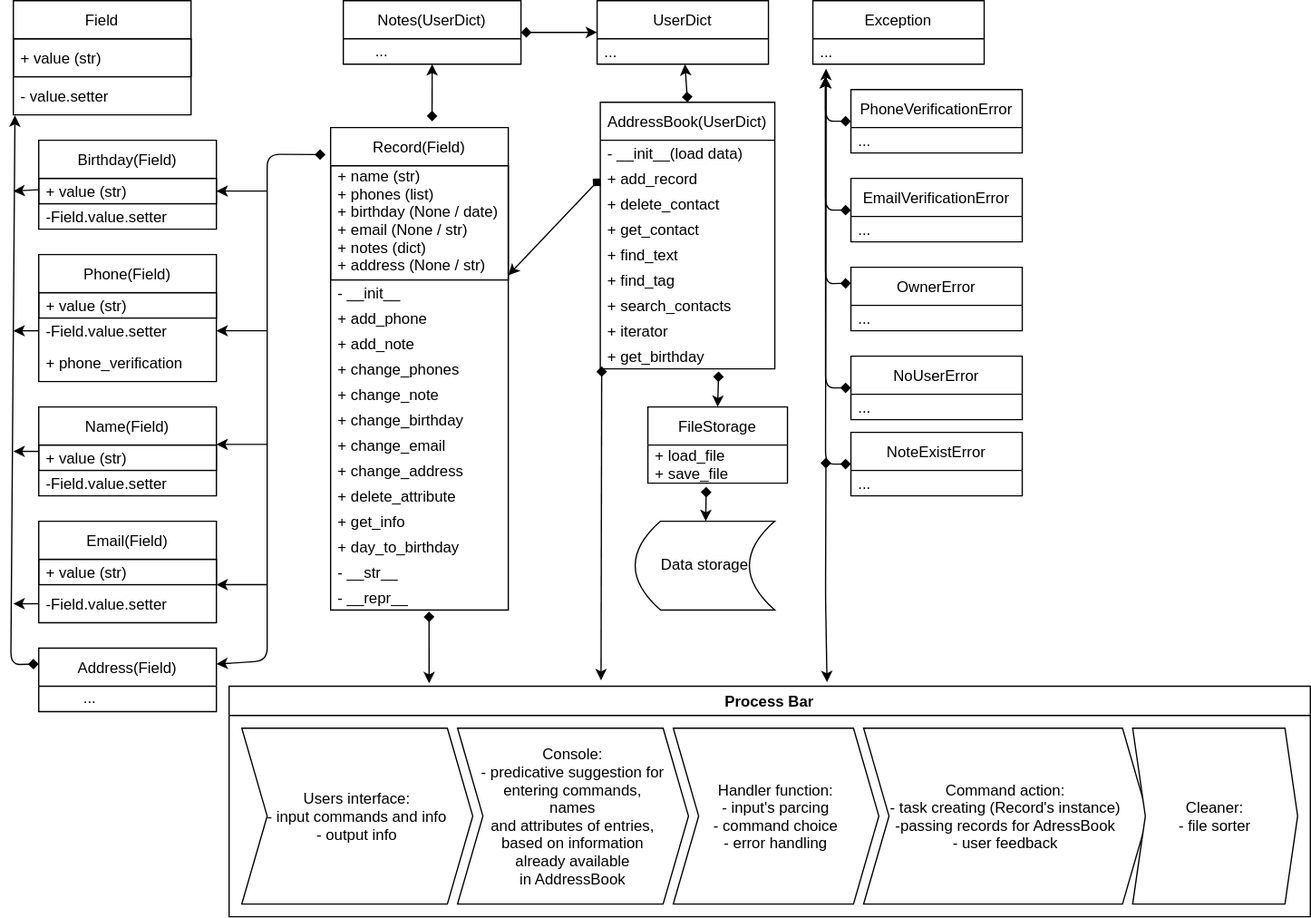
Above: modul_1_1/uml.drawio.svg in PIRomanCod/Python-Web (draw.io), before the change. Source tidied: cells renumbered, new cells last; positions are measured from the earlier drawing's top-left corner, leaving out a move shared by most shapes.
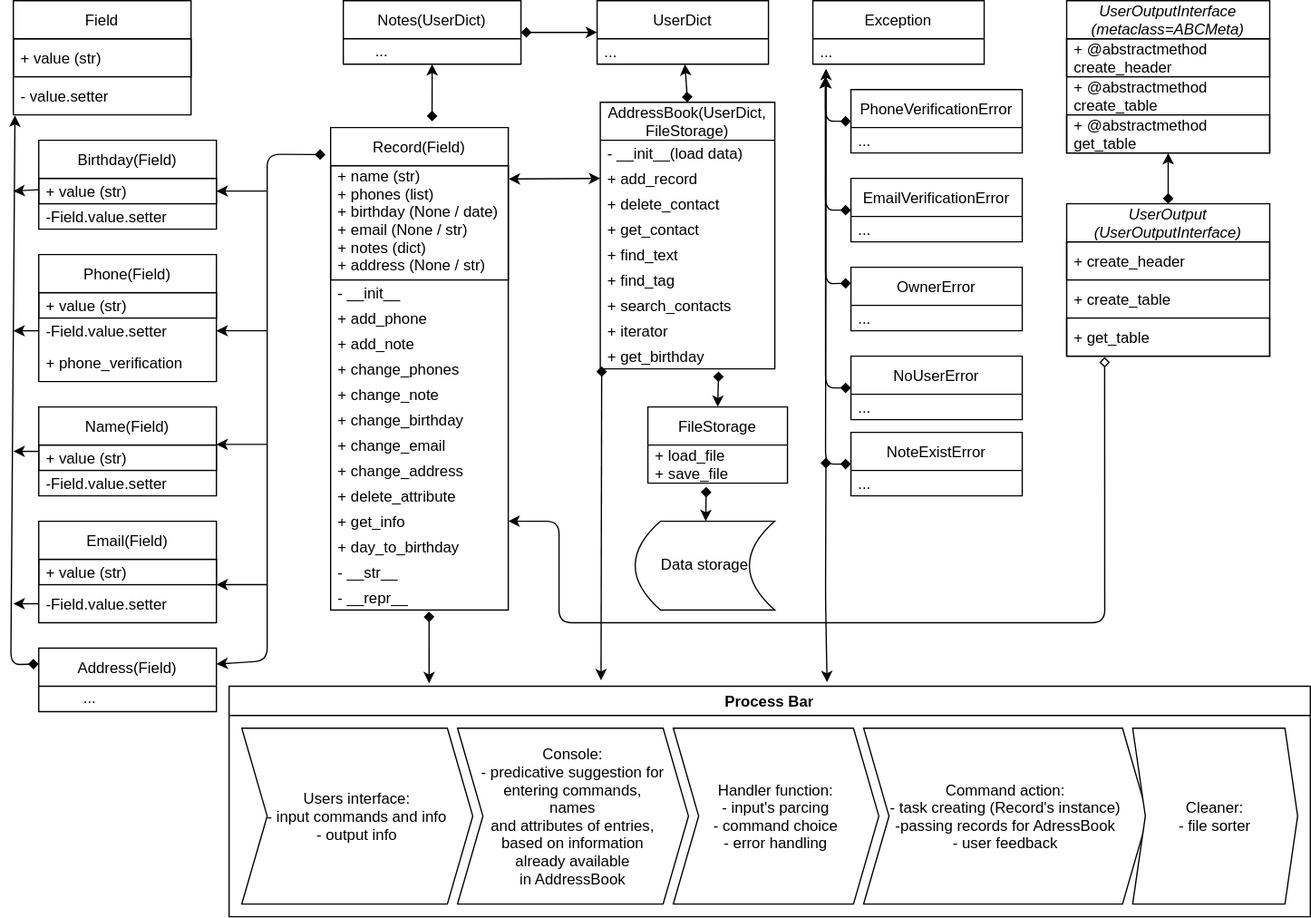
Later version of the same file.

What changed in the source:
```diff
@@ -39,7 +39,7 @@
     <mxCell id="12" value="-Field.value.setter" style="text;strokeColor=none;fillColor=none;align=left;verticalAlign=middle;spacingLeft=4;spacingRight=4;overflow=hidden;" parent="10" vertex="1">
       <mxGeometry y="50" width="140" height="20" as="geometry" />
     </mxCell>
-    <mxCell id="13" value="AddressBook(UserDict)" style="swimlane;fontStyle=0;horizontal=1;startSize=30;" parent="1" vertex="1">
+    <mxCell id="13" value="AddressBook(UserDict, &#10;FileStorage)" style="swimlane;fontStyle=0;horizontal=1;startSize=30;" parent="1" vertex="1">
       <mxGeometry x="464.5" y="80" width="137.5" height="210" as="geometry" />
     </mxCell>
     <mxCell id="14" value="- __init__(load data)" style="text;strokeColor=none;fillColor=none;align=left;verticalAlign=middle;spacingLeft=4;spacingRight=4;overflow=hidden;" parent="13" vertex="1">
@@ -69,7 +69,7 @@
     <mxCell id="22" value="+ get_birthday" style="text;strokeColor=none;fillColor=none;align=left;verticalAlign=middle;spacingLeft=4;spacingRight=4;overflow=hidden;points=[[0,0.5],[1,0.5]];portConstraint=eastwest;" parent="13" vertex="1">
       <mxGeometry y="190" width="137.5" height="20" as="geometry" />
     </mxCell>
-    <mxCell id="23" style="edgeStyle=none;html=1;entryX=0;entryY=0.5;entryDx=0;entryDy=0;startArrow=classic;startFill=1;endArrow=diamond;endFill=1;" parent="1" edge="1" source="24" target="15">
+    <mxCell id="23" style="edgeStyle=none;html=1;entryX=0;entryY=0.5;entryDx=0;entryDy=0;startArrow=classic;startFill=1;endArrow=classic;endFill=1;exitX=1.002;exitY=0.116;exitDx=0;exitDy=0;exitPerimeter=0;" parent="1" edge="1" source="25" target="15">
       <mxGeometry relative="1" as="geometry" />
     </mxCell>
     <mxCell id="24" value="Record(Field)" style="swimlane;fontStyle=0;horizontal=1;startSize=30;" parent="1" vertex="1">
@@ -339,5 +339,41 @@
     <mxCell id="93" value="&lt;span style=&quot;text-align: left&quot;&gt;...&lt;/span&gt;" style="text;html=1;align=center;verticalAlign=middle;strokeColor=none;fillColor=none;" parent="1" vertex="1">
       <mxGeometry x="277" y="30" width="30" height="20" as="geometry" />
     </mxCell>
+    <mxCell id="94" style="edgeStyle=none;html=1;endArrow=diamond;endFill=1;startArrow=classic;startFill=1;" parent="1" edge="1" source="95" target="99">
+      <mxGeometry relative="1" as="geometry" />
+    </mxCell>
+    <mxCell id="95" value="UserOutputInterface&#10;(metaclass=ABCMeta)" style="swimlane;fontStyle=2;horizontal=1;startSize=30;" parent="1" vertex="1">
+      <mxGeometry x="832" width="160" height="120" as="geometry" />
+    </mxCell>
+    <mxCell id="96" value="+ @abstractmethod&#10;create_header" style="text;strokeColor=default;fillColor=none;align=left;verticalAlign=middle;spacingLeft=4;spacingRight=4;overflow=hidden;" parent="95" vertex="1">
+      <mxGeometry y="30" width="160" height="30" as="geometry" />
+    </mxCell>
+    <mxCell id="97" value="+ @abstractmethod&#10;create_table" style="text;strokeColor=none;fillColor=none;align=left;verticalAlign=middle;spacingLeft=4;spacingRight=4;overflow=hidden;" parent="95" vertex="1">
+      <mxGeometry y="60" width="160" height="30" as="geometry" />
+    </mxCell>
+    <mxCell id="98" value="+ @abstractmethod&#10;get_table" style="text;strokeColor=default;fillColor=none;align=left;verticalAlign=middle;spacingLeft=4;spacingRight=4;overflow=hidden;" parent="95" vertex="1">
+      <mxGeometry y="90" width="160" height="30" as="geometry" />
+    </mxCell>
+    <mxCell id="99" value="UserOutput&#10;(UserOutputInterface)" style="swimlane;fontStyle=2;horizontal=1;startSize=30;strokeColor=default;" parent="1" vertex="1">
+      <mxGeometry x="832" y="160" width="160" height="120" as="geometry" />
+    </mxCell>
+    <mxCell id="100" value="+ create_header" style="text;strokeColor=default;fillColor=none;align=left;verticalAlign=middle;spacingLeft=4;spacingRight=4;overflow=hidden;" parent="99" vertex="1">
+      <mxGeometry y="30" width="160" height="30" as="geometry" />
+    </mxCell>
+    <mxCell id="101" value="+ create_table" style="text;strokeColor=none;fillColor=none;align=left;verticalAlign=middle;spacingLeft=4;spacingRight=4;overflow=hidden;" parent="99" vertex="1">
+      <mxGeometry y="60" width="160" height="30" as="geometry" />
+    </mxCell>
+    <mxCell id="102" value="+ get_table" style="text;strokeColor=default;fillColor=none;align=left;verticalAlign=middle;spacingLeft=4;spacingRight=4;overflow=hidden;points=[[0,0.5],[1,0.5]];portConstraint=eastwest;" parent="99" vertex="1">
+      <mxGeometry y="90" width="160" height="30" as="geometry" />
+    </mxCell>
+    <mxCell id="103" style="edgeStyle=none;html=1;entryX=1;entryY=0.5;entryDx=0;entryDy=0;startArrow=diamond;startFill=0;endArrow=classic;endFill=1;exitX=0.187;exitY=1.022;exitDx=0;exitDy=0;exitPerimeter=0;" parent="1" edge="1" source="102" target="35">
+      <mxGeometry relative="1" as="geometry">
+        <Array as="points">
+          <mxPoint x="862" y="490" />
+          <mxPoint x="432" y="490" />
+          <mxPoint x="432" y="410" />
+        </Array>
+      </mxGeometry>
+    </mxCell>
   </root>
 </mxGraphModel>
```
